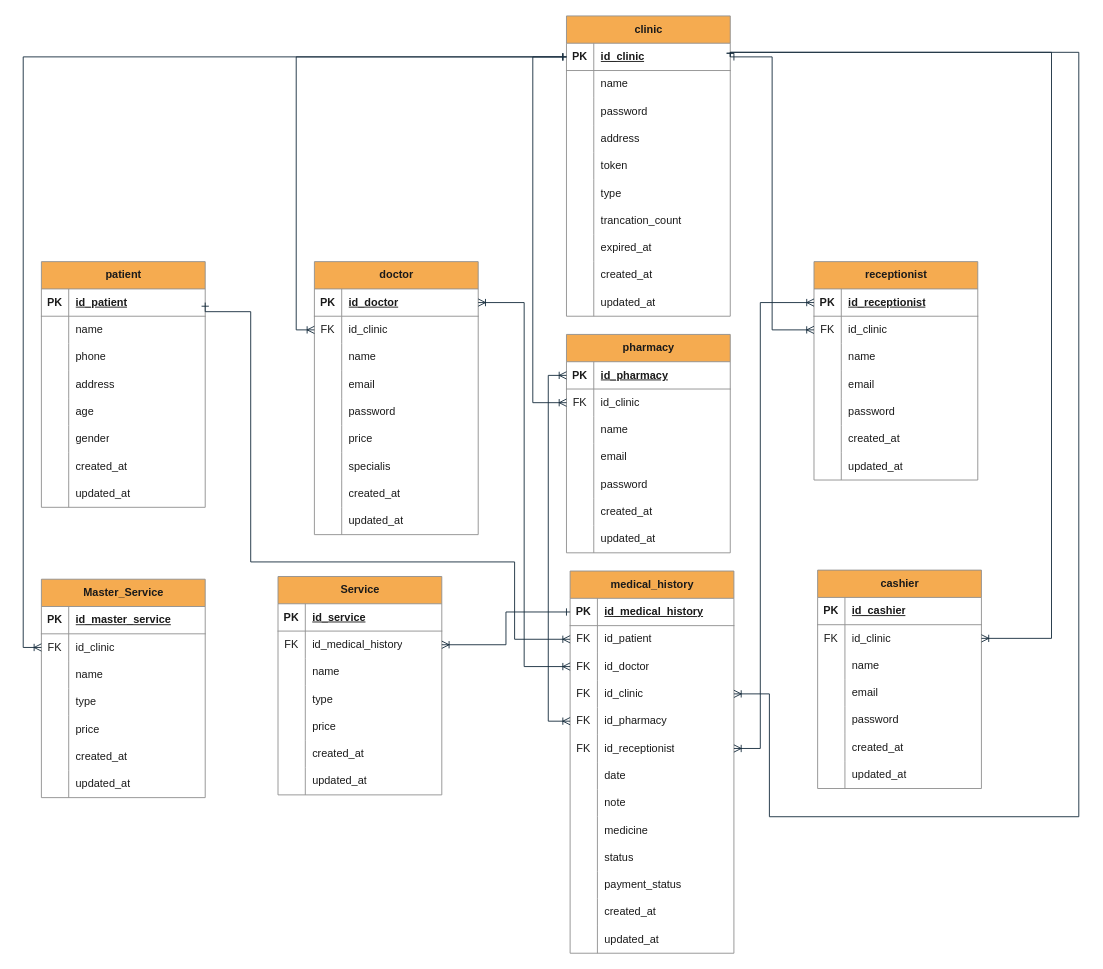
Earlier version of the draw.io diagram erd_klinik.drawio (rrahmatn/dfd_erd_uml). Source tidied: cells renumbered, new cells numbered last; positions are measured from the earlier drawing's top-left corner, leaving out a move shared by most shapes. Both pictures are drawn from the tidied source at 91%, with x=0, y=0 at pixel (41, 15).
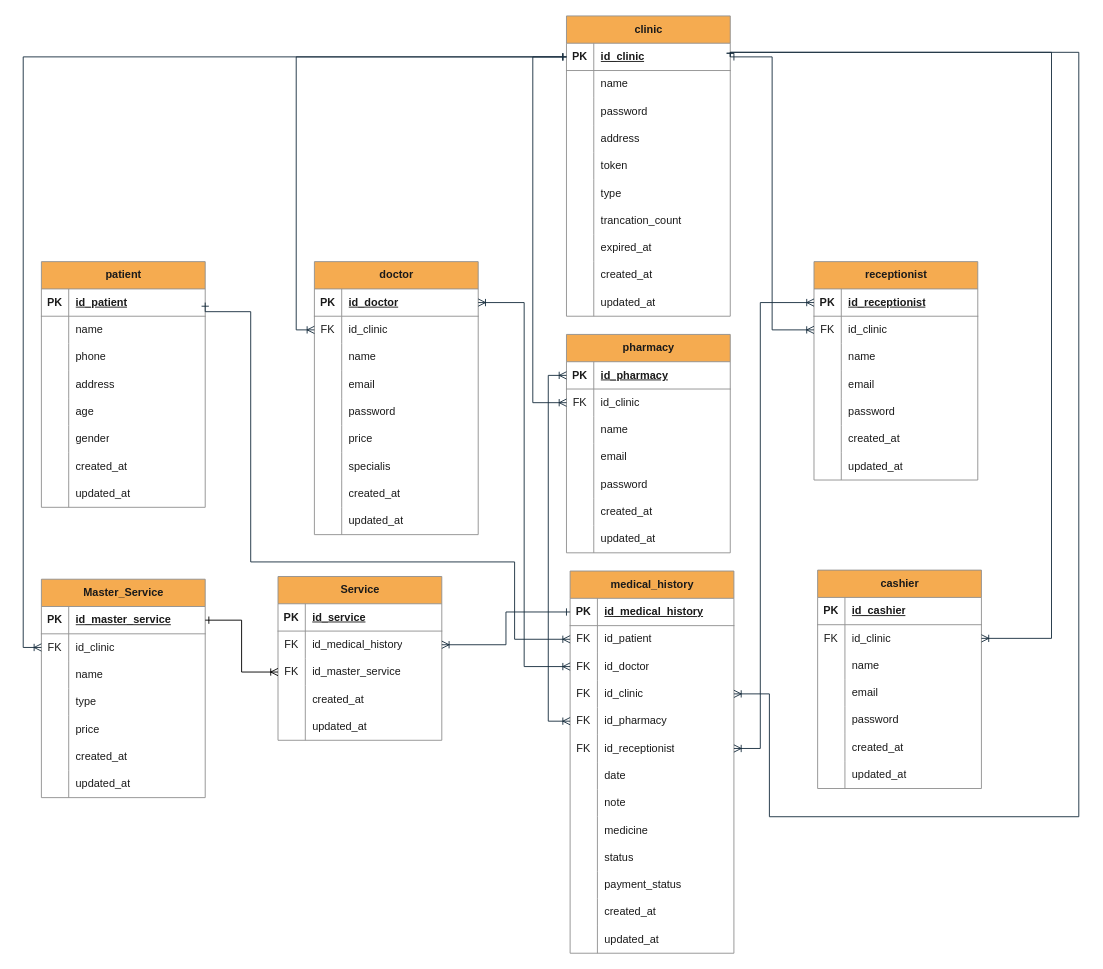
The same diagram, later.

The change refers to these unchanged cells:
```xml
<mxCell id="179" style="shape=tableRow;horizontal=0;startSize=0;swimlaneHead=0;swimlaneBody=0;fillColor=none;points=[[0,0.5],[1,0.5]];portConstraint=eastwest;top=0;left=0;right=0;bottom=1;labelBackgroundColor=none;strokeColor=#909090;fontColor=#1A1A1A;" parent="178" vertex="1">
  <mxGeometry y="30" width="180" height="30" as="geometry" />
</mxCell>
<mxCell id="207" style="shape=tableRow;horizontal=0;startSize=0;swimlaneHead=0;swimlaneBody=0;fillColor=none;points=[[0,0.5],[1,0.5]];portConstraint=eastwest;top=0;left=0;right=0;bottom=0;labelBackgroundColor=none;strokeColor=#909090;fontColor=#1A1A1A;" parent="200" vertex="1">
  <mxGeometry y="90" width="180" height="30" as="geometry" />
</mxCell>
```

Diff of the diagram source:
```diff
@@
     <mxCell id="200" value="Service" style="shape=table;startSize=30;childLayout=tableLayout;rowLines=0;fontStyle=1;align=center;html=1;labelBackgroundColor=none;fillColor=#F5AB50;strokeColor=#909090;fontColor=#1A1A1A;" parent="1" vertex="1">
-      <mxGeometry x="260" y="616" width="180" height="240" as="geometry" />
+      <mxGeometry x="260" y="616" width="180" height="180" as="geometry" />
     </mxCell>
@@
-    <mxCell id="208" style="shape=partialRectangle;fillColor=none;top=0;left=0;bottom=0;right=0;overflow=hidden;whiteSpace=wrap;html=1;labelBackgroundColor=none;strokeColor=#909090;fontColor=#1A1A1A;" parent="207" vertex="1">
+    <mxCell id="208" value="FK" style="shape=partialRectangle;fillColor=none;top=0;left=0;bottom=0;right=0;overflow=hidden;whiteSpace=wrap;html=1;labelBackgroundColor=none;strokeColor=#909090;fontColor=#1A1A1A;" parent="207" vertex="1">
       <mxGeometry width="30" height="30" as="geometry" />
     </mxCell>
-    <mxCell id="209" value="name" style="shape=partialRectangle;fillColor=none;top=0;left=0;bottom=0;right=0;align=left;spacingLeft=6;overflow=hidden;whiteSpace=wrap;html=1;labelBackgroundColor=none;strokeColor=#909090;fontColor=#1A1A1A;" parent="207" vertex="1">
+    <mxCell id="209" value="id_master_service" style="shape=partialRectangle;fillColor=none;top=0;left=0;bottom=0;right=0;align=left;spacingLeft=6;overflow=hidden;whiteSpace=wrap;html=1;labelBackgroundColor=none;strokeColor=#909090;fontColor=#1A1A1A;" parent="207" vertex="1">
       <mxGeometry x="30" width="150" height="30" as="geometry" />
     </mxCell>
-    <mxCell id="210" style="shape=tableRow;horizontal=0;startSize=0;swimlaneHead=0;swimlaneBody=0;fillColor=none;top=0;left=0;right=0;bottom=0;labelBackgroundColor=none;strokeColor=#909090;fontColor=#1A1A1A;" parent="200" vertex="1">
-      <mxGeometry y="120" width="180" height="30" as="geometry" />
-    </mxCell>
-    <mxCell id="211" style="shape=partialRectangle;fillColor=none;top=0;left=0;bottom=0;right=0;overflow=hidden;whiteSpace=wrap;html=1;labelBackgroundColor=none;strokeColor=#909090;fontColor=#1A1A1A;" parent="210" vertex="1">
-      <mxGeometry width="30" height="30" as="geometry" />
-    </mxCell>
-    <mxCell id="212" value="type" style="shape=partialRectangle;fillColor=none;top=0;left=0;bottom=0;right=0;align=left;spacingLeft=6;overflow=hidden;whiteSpace=wrap;html=1;labelBackgroundColor=none;strokeColor=#909090;fontColor=#1A1A1A;" parent="210" vertex="1">
-      <mxGeometry x="30" width="150" height="30" as="geometry" />
-    </mxCell>
-    <mxCell id="213" style="shape=tableRow;horizontal=0;startSize=0;swimlaneHead=0;swimlaneBody=0;fillColor=none;top=0;left=0;right=0;bottom=0;labelBackgroundColor=none;strokeColor=#909090;fontColor=#1A1A1A;" parent="200" vertex="1">
-      <mxGeometry y="150" width="180" height="30" as="geometry" />
-    </mxCell>
-    <mxCell id="214" style="shape=partialRectangle;fillColor=none;top=0;left=0;bottom=0;right=0;overflow=hidden;whiteSpace=wrap;html=1;labelBackgroundColor=none;strokeColor=#909090;fontColor=#1A1A1A;" parent="213" vertex="1">
-      <mxGeometry width="30" height="30" as="geometry" />
-    </mxCell>
-    <mxCell id="215" value="price" style="shape=partialRectangle;fillColor=none;top=0;left=0;bottom=0;right=0;align=left;spacingLeft=6;overflow=hidden;whiteSpace=wrap;html=1;labelBackgroundColor=none;strokeColor=#909090;fontColor=#1A1A1A;" parent="213" vertex="1">
-      <mxGeometry x="30" width="150" height="30" as="geometry" />
-    </mxCell>
     <mxCell id="216" style="shape=tableRow;horizontal=0;startSize=0;swimlaneHead=0;swimlaneBody=0;fillColor=none;top=0;left=0;right=0;bottom=0;labelBackgroundColor=none;strokeColor=#909090;fontColor=#1A1A1A;" parent="200" vertex="1">
-      <mxGeometry y="180" width="180" height="30" as="geometry" />
+      <mxGeometry y="120" width="180" height="30" as="geometry" />
     </mxCell>
@@
     <mxCell id="219" style="shape=tableRow;horizontal=0;startSize=0;swimlaneHead=0;swimlaneBody=0;fillColor=none;top=0;left=0;right=0;bottom=0;labelBackgroundColor=none;strokeColor=#909090;fontColor=#1A1A1A;" parent="200" vertex="1">
-      <mxGeometry y="210" width="180" height="30" as="geometry" />
+      <mxGeometry y="150" width="180" height="30" as="geometry" />
     </mxCell>
@@
+    <mxCell id="247" style="edgeStyle=orthogonalEdgeStyle;rounded=0;jettySize=auto;html=1;exitX=1;exitY=0.5;exitDx=0;exitDy=0;entryX=0;entryY=0.5;entryDx=0;entryDy=0;startArrow=ERone;startFill=0;endArrow=ERoneToMany;endFill=0;" parent="1" edge="1" source="179" target="207">
+      <mxGeometry relative="1" as="geometry" />
+    </mxCell>
```
